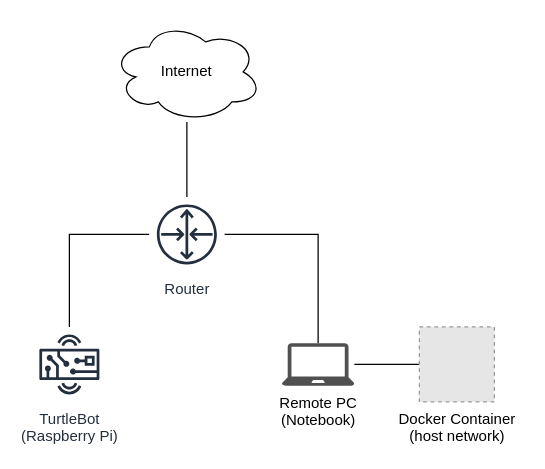
Above: drawings.drawio in goseind/ball-schubser (draw.io), before the change. Source tidied: cells renumbered, new cells numbered last; positions are measured from the earlier drawing's top-left corner, leaving out a move shared by most shapes. Both pictures are drawn from the tidied source at 125%, with x=0, y=0 at pixel (31, 21). Pictures stored in the file or linked from it are replaced by grey dashed boxes.
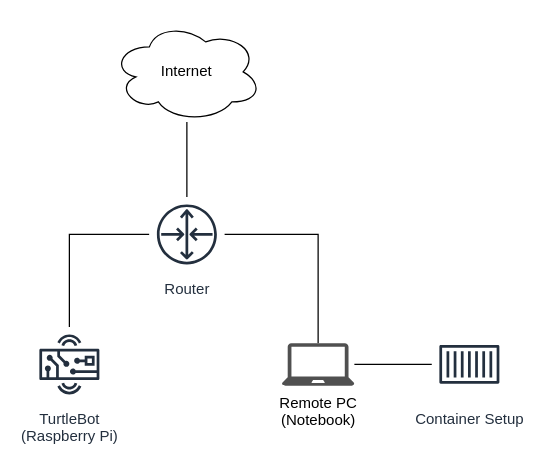
After the change.

Commit message (it also covers changes not shown here):
renew drawings

The edit, as a diff of the source:
```diff
@@
 <mxGraphModel>
   <root>
     <mxCell id="0" />
     <mxCell id="1" parent="0" />
     <mxCell id="2" style="edgeStyle=orthogonalEdgeStyle;rounded=0;jettySize=auto;html=1;endArrow=none;endFill=0;" parent="1" edge="1" source="5" target="6">
       <mxGeometry relative="1" as="geometry" />
     </mxCell>
     <mxCell id="3" style="edgeStyle=orthogonalEdgeStyle;rounded=0;jettySize=auto;html=1;endArrow=none;endFill=0;" parent="1" edge="1" source="5" target="8">
       <mxGeometry relative="1" as="geometry" />
     </mxCell>
     <mxCell id="4" style="edgeStyle=orthogonalEdgeStyle;rounded=0;jettySize=auto;html=1;endArrow=none;endFill=0;" parent="1" edge="1" source="5" target="9">
       <mxGeometry relative="1" as="geometry" />
     </mxCell>
     <mxCell id="5" value="Router" style="sketch=0;outlineConnect=0;fontColor=#232F3E;gradientColor=none;strokeColor=#232F3E;fillColor=#ffffff;dashed=0;verticalLabelPosition=bottom;verticalAlign=top;align=center;html=1;fontSize=12;fontStyle=0;shape=mxgraph.aws4.resourceIcon;resIcon=mxgraph.aws4.router;" parent="1" vertex="1">
       <mxGeometry x="94" y="140" width="60" height="60" as="geometry" />
     </mxCell>
     <mxCell id="6" value="Internet" style="ellipse;shape=cloud;whiteSpace=wrap;html=1;" parent="1" vertex="1">
       <mxGeometry x="64" width="120" height="80" as="geometry" />
     </mxCell>
-    <mxCell id="7" style="edgeStyle=orthogonalEdgeStyle;rounded=0;jettySize=auto;html=1;endArrow=none;endFill=0;" parent="1" edge="1" source="8" target="10">
+    <mxCell id="7" style="edgeStyle=orthogonalEdgeStyle;rounded=0;jettySize=auto;html=1;endArrow=none;endFill=0;" parent="1" edge="1" source="8" target="11">
       <mxGeometry relative="1" as="geometry" />
     </mxCell>
     <mxCell id="8" value="Remote PC&lt;br&gt;(Notebook)" style="sketch=0;shadow=0;dashed=0;html=1;strokeColor=none;fillColor=#505050;labelPosition=center;verticalLabelPosition=bottom;verticalAlign=top;outlineConnect=0;align=center;shape=mxgraph.office.devices.laptop;" parent="1" vertex="1">
       <mxGeometry x="200" y="257" width="58" height="34" as="geometry" />
     </mxCell>
     <mxCell id="9" value="TurtleBot&lt;br&gt;(Raspberry Pi)" style="sketch=0;outlineConnect=0;fontColor=#232F3E;gradientColor=none;strokeColor=#232F3E;fillColor=#ffffff;dashed=0;verticalLabelPosition=bottom;verticalAlign=top;align=center;html=1;fontSize=12;fontStyle=0;shape=mxgraph.aws4.resourceIcon;resIcon=mxgraph.aws4.hardware_board;" parent="1" vertex="1">
       <mxGeometry y="244" width="60" height="60" as="geometry" />
     </mxCell>
-    <mxCell id="10" value="Docker Container&lt;br&gt;(host network)" style="fillColor=#E6E6E6;strokeColor=#999999;dashed=1;html=1;verticalAlign=top;verticalLabelPosition=bottom;labelBackgroundColor=#ffffff;" parent="1" vertex="1">
-      <mxGeometry x="310" y="244" width="60" height="60" as="geometry" />
-    </mxCell>
+    <mxCell id="11" value="Container Setup" style="sketch=0;outlineConnect=0;fontColor=#232F3E;gradientColor=none;strokeColor=#232F3E;fillColor=#ffffff;dashed=0;verticalLabelPosition=bottom;verticalAlign=top;align=center;html=1;fontSize=12;fontStyle=0;shape=mxgraph.aws4.resourceIcon;resIcon=mxgraph.aws4.container_1;" parent="1" vertex="1">
+      <mxGeometry x="320" y="244" width="60" height="60" as="geometry" />
+    </mxCell>
   </root>
 </mxGraphModel>
```
